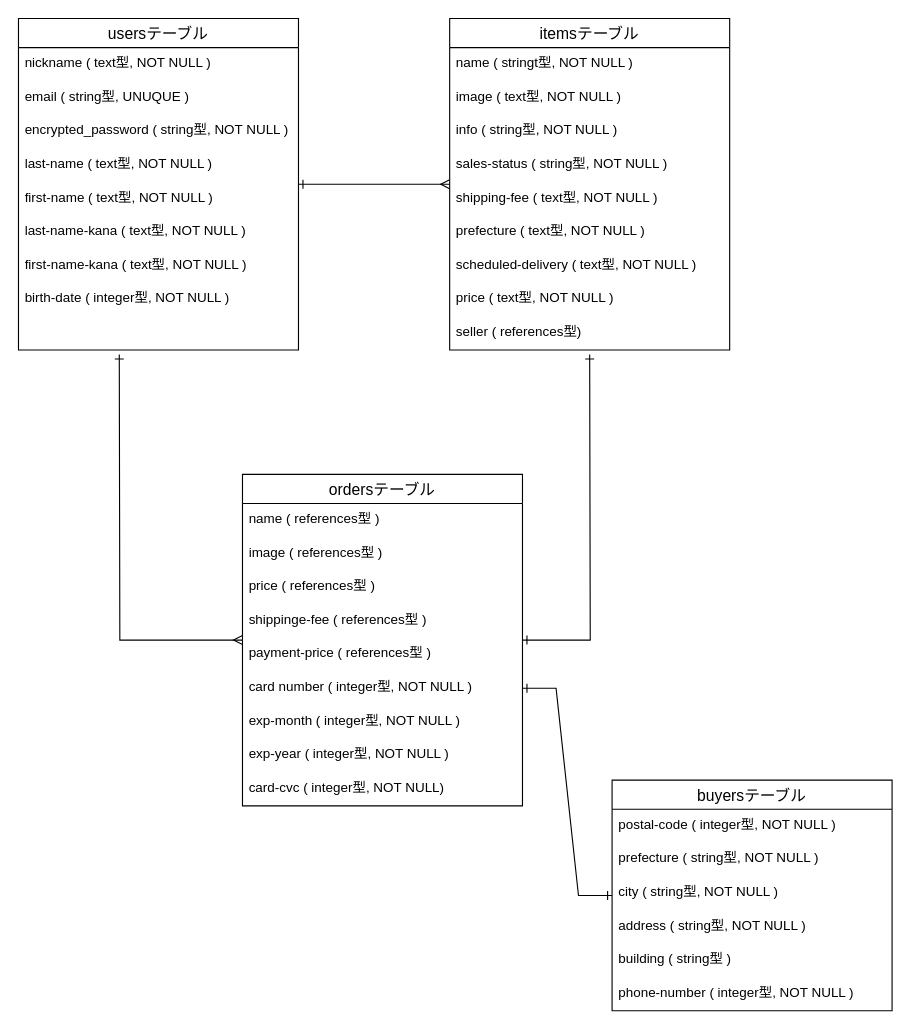
The draw.io diagram furima.dio in takumi-kani/furima-36551, before the edit. Source tidied: cells renumbered, new cells numbered last; positions are measured from the earlier drawing's top-left corner, leaving out a move shared by most shapes. Both pictures are drawn from the tidied source at 112%, with x=0, y=0 at pixel (18, 18).
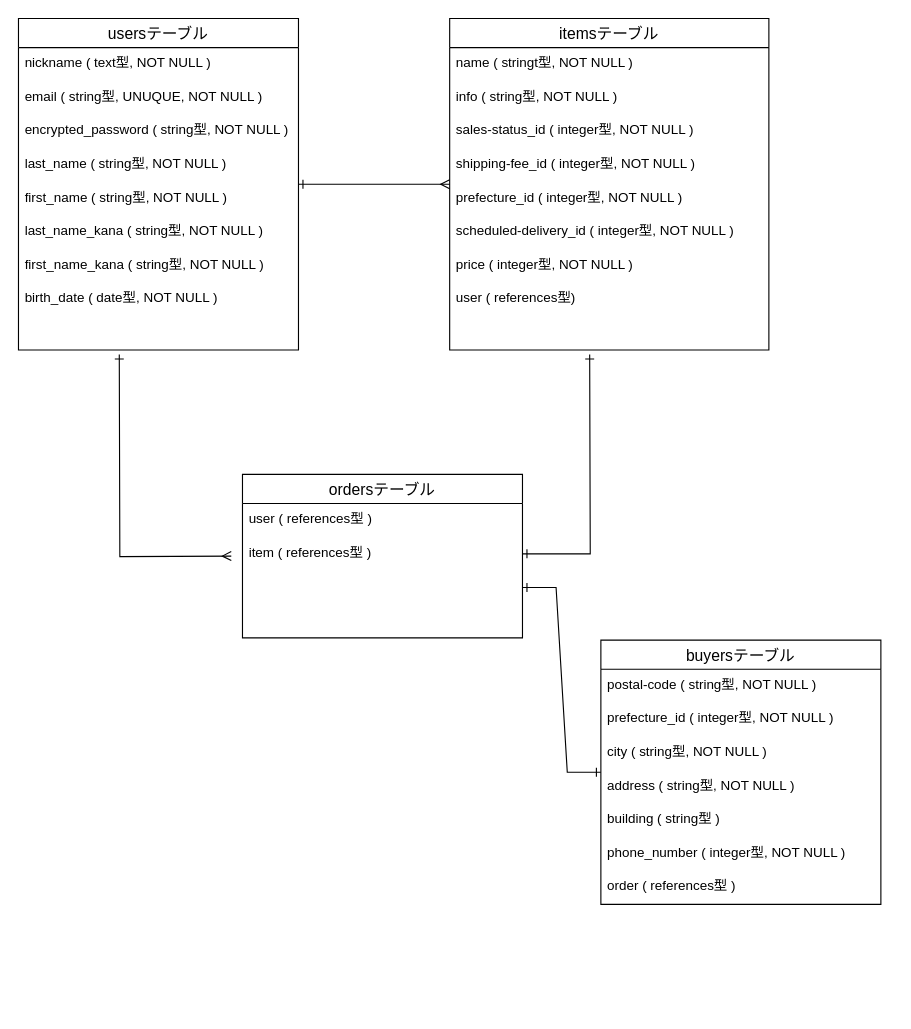
Above is the later version.

Commit message (it also covers changes not shown here):
コメント部分の修正

The change refers to these unchanged cells:
```xml
<mxCell id="3" value="usersテーブル" style="swimlane;fontStyle=0;horizontal=1;startSize=26;align=center;fontSize=14;" parent="1" vertex="1">
  <mxGeometry width="250" height="296" as="geometry" />
</mxCell>
```

What changed in the source:
```diff
@@
-    <mxCell id="5" value="email ( string型, UNUQUE )" style="text;strokeColor=none;fillColor=none;spacingLeft=4;spacingRight=4;overflow=hidden;fontSize=12;" parent="3" vertex="1">
+    <mxCell id="5" value="email ( string型, UNUQUE, NOT NULL )" style="text;strokeColor=none;fillColor=none;spacingLeft=4;spacingRight=4;overflow=hidden;fontSize=12;" parent="3" vertex="1">
       <mxGeometry y="56" width="250" height="30" as="geometry" />
     </mxCell>
@@
-    <mxCell id="7" value="last-name ( text型, NOT NULL )" style="text;strokeColor=none;fillColor=none;spacingLeft=4;spacingRight=4;overflow=hidden;fontSize=12;" parent="3" vertex="1">
+    <mxCell id="7" value="last_name ( string型, NOT NULL )" style="text;strokeColor=none;fillColor=none;spacingLeft=4;spacingRight=4;overflow=hidden;fontSize=12;" parent="3" vertex="1">
       <mxGeometry y="116" width="250" height="30" as="geometry" />
     </mxCell>
-    <mxCell id="8" value="first-name ( text型, NOT NULL )" style="text;strokeColor=none;fillColor=none;spacingLeft=4;spacingRight=4;overflow=hidden;fontSize=12;" parent="3" vertex="1">
+    <mxCell id="8" value="first_name ( string型, NOT NULL )" style="text;strokeColor=none;fillColor=none;spacingLeft=4;spacingRight=4;overflow=hidden;fontSize=12;" parent="3" vertex="1">
       <mxGeometry y="146" width="250" height="30" as="geometry" />
     </mxCell>
-    <mxCell id="9" value="last-name-kana ( text型, NOT NULL )" style="text;strokeColor=none;fillColor=none;spacingLeft=4;spacingRight=4;overflow=hidden;fontSize=12;" parent="3" vertex="1">
+    <mxCell id="9" value="last_name_kana ( string型, NOT NULL )" style="text;strokeColor=none;fillColor=none;spacingLeft=4;spacingRight=4;overflow=hidden;fontSize=12;" parent="3" vertex="1">
       <mxGeometry y="176" width="250" height="30" as="geometry" />
     </mxCell>
-    <mxCell id="10" value="first-name-kana ( text型, NOT NULL )" style="text;strokeColor=none;fillColor=none;spacingLeft=4;spacingRight=4;overflow=hidden;fontSize=12;" parent="3" vertex="1">
+    <mxCell id="10" value="first_name_kana ( string型, NOT NULL )" style="text;strokeColor=none;fillColor=none;spacingLeft=4;spacingRight=4;overflow=hidden;fontSize=12;" parent="3" vertex="1">
       <mxGeometry y="206" width="250" height="30" as="geometry" />
     </mxCell>
-    <mxCell id="11" value="birth-date ( integer型, NOT NULL )" style="text;strokeColor=none;fillColor=none;spacingLeft=4;spacingRight=4;overflow=hidden;fontSize=12;" parent="3" vertex="1">
+    <mxCell id="11" value="birth_date ( date型, NOT NULL )" style="text;strokeColor=none;fillColor=none;spacingLeft=4;spacingRight=4;overflow=hidden;fontSize=12;" parent="3" vertex="1">
       <mxGeometry y="236" width="250" height="30" as="geometry" />
     </mxCell>
@@
     <mxCell id="13" value="itemsテーブル" style="swimlane;fontStyle=0;horizontal=1;startSize=26;align=center;fontSize=14;" parent="1" vertex="1">
-      <mxGeometry x="385" width="250" height="296" as="geometry" />
+      <mxGeometry x="385" width="285" height="296" as="geometry" />
     </mxCell>
     <mxCell id="14" value="name ( stringt型, NOT NULL )" style="text;strokeColor=none;fillColor=none;spacingLeft=4;spacingRight=4;overflow=hidden;fontSize=12;" parent="13" vertex="1">
-      <mxGeometry y="26" width="250" height="30" as="geometry" />
+      <mxGeometry y="26" width="285" height="30" as="geometry" />
     </mxCell>
-    <mxCell id="15" value="image ( text型, NOT NULL )" style="text;strokeColor=none;fillColor=none;spacingLeft=4;spacingRight=4;overflow=hidden;fontSize=12;" parent="13" vertex="1">
-      <mxGeometry y="56" width="250" height="30" as="geometry" />
-    </mxCell>
     <mxCell id="16" value="info ( string型, NOT NULL )" style="text;strokeColor=none;fillColor=none;spacingLeft=4;spacingRight=4;overflow=hidden;fontSize=12;" parent="13" vertex="1">
-      <mxGeometry y="86" width="250" height="30" as="geometry" />
+      <mxGeometry y="56" width="285" height="30" as="geometry" />
     </mxCell>
-    <mxCell id="17" value="sales-status ( string型, NOT NULL )" style="text;strokeColor=none;fillColor=none;spacingLeft=4;spacingRight=4;overflow=hidden;fontSize=12;" parent="13" vertex="1">
-      <mxGeometry y="116" width="250" height="30" as="geometry" />
+    <mxCell id="17" value="sales-status_id ( integer型, NOT NULL )" style="text;strokeColor=none;fillColor=none;spacingLeft=4;spacingRight=4;overflow=hidden;fontSize=12;" parent="13" vertex="1">
+      <mxGeometry y="86" width="285" height="30" as="geometry" />
     </mxCell>
-    <mxCell id="18" value="shipping-fee ( text型, NOT NULL )" style="text;strokeColor=none;fillColor=none;spacingLeft=4;spacingRight=4;overflow=hidden;fontSize=12;" parent="13" vertex="1">
-      <mxGeometry y="146" width="250" height="30" as="geometry" />
+    <mxCell id="18" value="shipping-fee_id ( integer型, NOT NULL )" style="text;strokeColor=none;fillColor=none;spacingLeft=4;spacingRight=4;overflow=hidden;fontSize=12;" parent="13" vertex="1">
+      <mxGeometry y="116" width="285" height="30" as="geometry" />
     </mxCell>
-    <mxCell id="19" value="prefecture ( text型, NOT NULL )" style="text;strokeColor=none;fillColor=none;spacingLeft=4;spacingRight=4;overflow=hidden;fontSize=12;" parent="13" vertex="1">
-      <mxGeometry y="176" width="250" height="30" as="geometry" />
+    <mxCell id="19" value="prefecture_id ( integer型, NOT NULL )" style="text;strokeColor=none;fillColor=none;spacingLeft=4;spacingRight=4;overflow=hidden;fontSize=12;" parent="13" vertex="1">
+      <mxGeometry y="146" width="285" height="30" as="geometry" />
     </mxCell>
-    <mxCell id="20" value="scheduled-delivery ( text型, NOT NULL )" style="text;strokeColor=none;fillColor=none;spacingLeft=4;spacingRight=4;overflow=hidden;fontSize=12;" parent="13" vertex="1">
-      <mxGeometry y="206" width="250" height="30" as="geometry" />
+    <mxCell id="20" value="scheduled-delivery_id ( integer型, NOT NULL )" style="text;strokeColor=none;fillColor=none;spacingLeft=4;spacingRight=4;overflow=hidden;fontSize=12;" parent="13" vertex="1">
+      <mxGeometry y="176" width="285" height="30" as="geometry" />
     </mxCell>
-    <mxCell id="21" value="price ( text型, NOT NULL )" style="text;strokeColor=none;fillColor=none;spacingLeft=4;spacingRight=4;overflow=hidden;fontSize=12;" parent="13" vertex="1">
-      <mxGeometry y="236" width="250" height="30" as="geometry" />
+    <mxCell id="21" value="price ( integer型, NOT NULL )" style="text;strokeColor=none;fillColor=none;spacingLeft=4;spacingRight=4;overflow=hidden;fontSize=12;" parent="13" vertex="1">
+      <mxGeometry y="206" width="285" height="30" as="geometry" />
     </mxCell>
-    <mxCell id="22" value="seller ( references型)" style="text;strokeColor=none;fillColor=none;spacingLeft=4;spacingRight=4;overflow=hidden;fontSize=12;" parent="13" vertex="1">
-      <mxGeometry y="266" width="250" height="30" as="geometry" />
+    <mxCell id="22" value="user ( references型)" style="text;strokeColor=none;fillColor=none;spacingLeft=4;spacingRight=4;overflow=hidden;fontSize=12;" parent="13" vertex="1">
+      <mxGeometry y="236" width="285" height="30" as="geometry" />
     </mxCell>
+    <mxCell id="43" value=" " style="text;strokeColor=none;fillColor=none;spacingLeft=4;spacingRight=4;overflow=hidden;fontSize=12;" parent="13" vertex="1">
+      <mxGeometry y="266" width="285" height="30" as="geometry" />
+    </mxCell>
-    <mxCell id="23" style="edgeStyle=orthogonalEdgeStyle;rounded=0;jettySize=auto;html=1;startArrow=ERone;startFill=0;endArrow=ERone;endFill=0;" parent="1" edge="1" source="26">
+    <mxCell id="23" style="edgeStyle=orthogonalEdgeStyle;rounded=0;jettySize=auto;html=1;startArrow=ERone;startFill=0;endArrow=ERone;endFill=0;exitX=1;exitY=0.5;exitDx=0;exitDy=0;" parent="1" edge="1" source="28">
       <mxGeometry relative="1" as="geometry">
         <mxPoint x="510" y="300" as="targetPoint" />
       </mxGeometry>
     </mxCell>
-    <mxCell id="24" style="edgeStyle=orthogonalEdgeStyle;rounded=0;jettySize=auto;html=1;startArrow=ERmany;startFill=0;endArrow=ERone;endFill=0;" parent="1" edge="1" source="26">
+    <mxCell id="24" style="edgeStyle=orthogonalEdgeStyle;rounded=0;orthogonalLoop=1;jettySize=auto;html=1;startArrow=ERmany;startFill=0;endArrow=ERone;endFill=0;" parent="1" edge="1">
       <mxGeometry relative="1" as="geometry">
+        <mxPoint x="190" y="480" as="sourcePoint" />
         <mxPoint x="90" y="300" as="targetPoint" />
       </mxGeometry>
     </mxCell>
-    <mxCell id="25" style="edgeStyle=entityRelationEdgeStyle;rounded=0;jettySize=auto;html=1;exitX=1;exitY=0.5;exitDx=0;exitDy=0;startArrow=ERone;startFill=0;endArrow=ERone;endFill=0;" parent="1" edge="1" source="32" target="36">
-      <mxGeometry relative="1" as="geometry" />
+    <mxCell id="25" style="edgeStyle=entityRelationEdgeStyle;rounded=0;jettySize=auto;html=1;exitX=1;exitY=0.5;exitDx=0;exitDy=0;startArrow=ERone;startFill=0;endArrow=ERone;endFill=0;" parent="1" edge="1" target="36">
+      <mxGeometry relative="1" as="geometry">
+        <mxPoint x="450" y="508" as="sourcePoint" />
+      </mxGeometry>
     </mxCell>
     <mxCell id="26" value="ordersテーブル" style="swimlane;fontStyle=0;horizontal=1;startSize=26;align=center;fontSize=14;" parent="1" vertex="1">
-      <mxGeometry x="200" y="407" width="250" height="296" as="geometry" />
+      <mxGeometry x="200" y="407" width="250" height="146" as="geometry" />
     </mxCell>
-    <mxCell id="27" value="name ( references型 )" style="text;strokeColor=none;fillColor=none;spacingLeft=4;spacingRight=4;overflow=hidden;fontSize=12;" parent="26" vertex="1">
+    <mxCell id="27" value="user ( references型 )" style="text;strokeColor=none;fillColor=none;spacingLeft=4;spacingRight=4;overflow=hidden;fontSize=12;" parent="26" vertex="1">
       <mxGeometry y="26" width="250" height="30" as="geometry" />
     </mxCell>
-    <mxCell id="28" value="image ( references型 )" style="text;strokeColor=none;fillColor=none;spacingLeft=4;spacingRight=4;overflow=hidden;points=[[0,0.5],[1,0.5]];portConstraint=eastwest;fontSize=12;" parent="26" vertex="1">
+    <mxCell id="28" value="item ( references型 )" style="text;strokeColor=none;fillColor=none;spacingLeft=4;spacingRight=4;overflow=hidden;points=[[0,0.5],[1,0.5]];portConstraint=eastwest;fontSize=12;" parent="26" vertex="1">
       <mxGeometry y="56" width="250" height="30" as="geometry" />
     </mxCell>
-    <mxCell id="29" value="price ( references型 )" style="text;strokeColor=none;fillColor=none;spacingLeft=4;spacingRight=4;overflow=hidden;fontSize=12;" parent="26" vertex="1">
-      <mxGeometry y="86" width="250" height="30" as="geometry" />
-    </mxCell>
-    <mxCell id="30" value="shippinge-fee ( references型 )" style="text;strokeColor=none;fillColor=none;spacingLeft=4;spacingRight=4;overflow=hidden;fontSize=12;" parent="26" vertex="1">
-      <mxGeometry y="116" width="250" height="30" as="geometry" />
-    </mxCell>
-    <mxCell id="31" value="payment-price ( references型 )" style="text;strokeColor=none;fillColor=none;spacingLeft=4;spacingRight=4;overflow=hidden;fontSize=12;" parent="26" vertex="1">
-      <mxGeometry y="146" width="250" height="30" as="geometry" />
+    <mxCell id="31" value=" " style="text;strokeColor=none;fillColor=none;spacingLeft=4;spacingRight=4;overflow=hidden;fontSize=12;" parent="26" vertex="1">
+      <mxGeometry y="86" width="250" height="30" as="geometry" />
     </mxCell>
-    <mxCell id="32" value="card number ( integer型, NOT NULL )" style="text;strokeColor=none;fillColor=none;spacingLeft=4;spacingRight=4;overflow=hidden;points=[[0,0.5],[1,0.5]];portConstraint=eastwest;fontSize=12;" parent="26" vertex="1">
-      <mxGeometry y="176" width="250" height="30" as="geometry" />
+    <mxCell id="32" value=" " style="text;strokeColor=none;fillColor=none;spacingLeft=4;spacingRight=4;overflow=hidden;points=[[0,0.5],[1,0.5]];portConstraint=eastwest;fontSize=12;" parent="26" vertex="1">
+      <mxGeometry y="116" width="250" height="30" as="geometry" />
     </mxCell>
-    <mxCell id="33" value="exp-month ( integer型, NOT NULL )" style="text;strokeColor=none;fillColor=none;spacingLeft=4;spacingRight=4;overflow=hidden;fontSize=12;" parent="26" vertex="1">
-      <mxGeometry y="206" width="250" height="30" as="geometry" />
-    </mxCell>
-    <mxCell id="34" value="exp-year ( integer型, NOT NULL )" style="text;strokeColor=none;fillColor=none;spacingLeft=4;spacingRight=4;overflow=hidden;fontSize=12;" parent="26" vertex="1">
-      <mxGeometry y="236" width="250" height="30" as="geometry" />
-    </mxCell>
-    <mxCell id="35" value="card-cvc ( integer型, NOT NULL)" style="text;strokeColor=none;fillColor=none;spacingLeft=4;spacingRight=4;overflow=hidden;fontSize=12;" parent="26" vertex="1">
-      <mxGeometry y="266" width="250" height="30" as="geometry" />
-    </mxCell>
     <mxCell id="36" value="buyersテーブル" style="swimlane;fontStyle=0;horizontal=1;startSize=26;align=center;fontSize=14;" parent="1" vertex="1">
-      <mxGeometry x="530" y="680" width="250" height="206" as="geometry" />
+      <mxGeometry x="520" y="555" width="250" height="236" as="geometry" />
     </mxCell>
-    <mxCell id="37" value="postal-code ( integer型, NOT NULL )" style="text;strokeColor=none;fillColor=none;spacingLeft=4;spacingRight=4;overflow=hidden;fontSize=12;" parent="36" vertex="1">
+    <mxCell id="37" value="postal-code ( string型, NOT NULL )" style="text;strokeColor=none;fillColor=none;spacingLeft=4;spacingRight=4;overflow=hidden;fontSize=12;" parent="36" vertex="1">
       <mxGeometry y="26" width="250" height="30" as="geometry" />
     </mxCell>
-    <mxCell id="38" value="prefecture ( string型, NOT NULL )" style="text;strokeColor=none;fillColor=none;spacingLeft=4;spacingRight=4;overflow=hidden;fontSize=12;" parent="36" vertex="1">
+    <mxCell id="38" value="prefecture_id ( integer型, NOT NULL )" style="text;strokeColor=none;fillColor=none;spacingLeft=4;spacingRight=4;overflow=hidden;fontSize=12;" parent="36" vertex="1">
       <mxGeometry y="56" width="250" height="30" as="geometry" />
     </mxCell>
@@
-    <mxCell id="42" value="phone-number ( integer型, NOT NULL )" style="text;strokeColor=none;fillColor=none;spacingLeft=4;spacingRight=4;overflow=hidden;fontSize=12;" parent="36" vertex="1">
+    <mxCell id="42" value="phone_number ( integer型, NOT NULL )" style="text;strokeColor=none;fillColor=none;spacingLeft=4;spacingRight=4;overflow=hidden;fontSize=12;" parent="36" vertex="1">
       <mxGeometry y="176" width="250" height="30" as="geometry" />
     </mxCell>
+    <mxCell id="44" value="order ( references型 )" style="text;strokeColor=none;fillColor=none;spacingLeft=4;spacingRight=4;overflow=hidden;fontSize=12;" parent="36" vertex="1">
+      <mxGeometry y="206" width="250" height="30" as="geometry" />
+    </mxCell>
```
